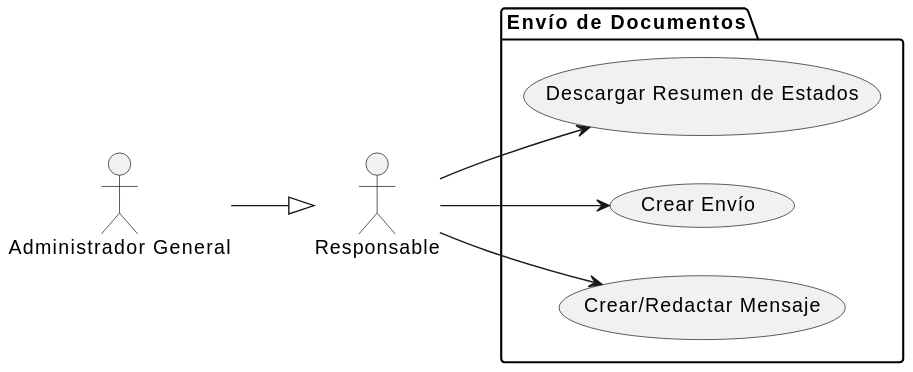
Earlier version of the PlantUML export docs/casosDeUso/diagramaCasosDeUso/envioDocumentos/envioDocumentos.svg (mmasias/24-25-IdSw1-SDR).
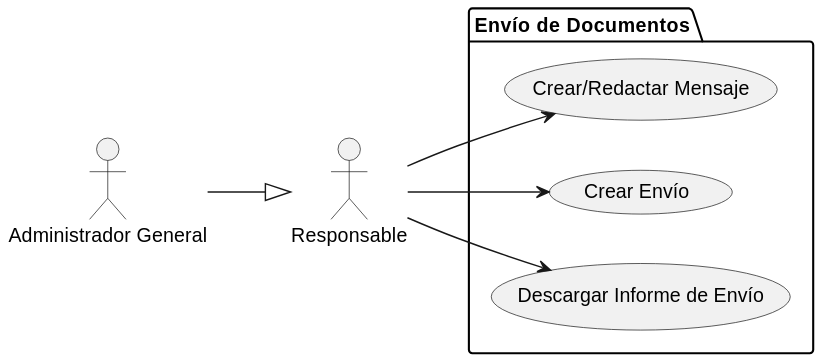
The same diagram one commit later.

Commit message:
FIX/ descargar resumen a descargar informe

The edit, as a diff of the source:
```diff
@@ -6,7 +6,7 @@
 package "Envío de Documentos" {
     usecase "Crear/Redactar Mensaje" as ED1
     usecase "Crear Envío" as ED2
-    usecase "Descargar Resumen de Estados" as ED3
+    usecase "Descargar Informe de Envío" as ED3
 }
 
 AdminGeneral --|> Responsable
```
